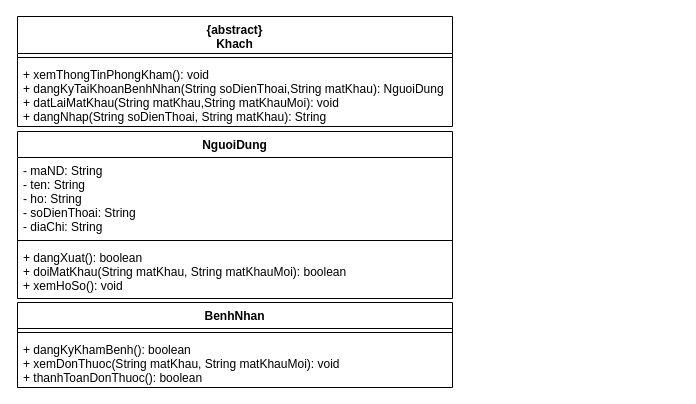
Before: page "Class" (2 of 3) of designs/luc.drawio in luclegen/medicine16, a draw.io diagram. Source tidied: cells renumbered, new cells numbered last; positions are measured from the earlier drawing's top-left corner, leaving out a move shared by most shapes. Both pictures are drawn from the tidied source at 100%, with x=0, y=0 at pixel (17, 16).
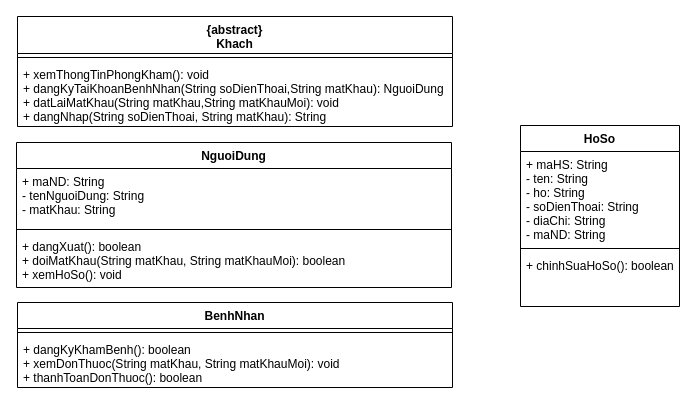
The same diagram, later.

The edit, as a diff of the source:
```diff
@@
 <mxGraphModel>
   <root>
     <mxCell id="0" />
     <mxCell id="1" parent="0" />
     <mxCell id="2" value="{abstract}&#10;Khach" style="swimlane;fontStyle=1;align=center;verticalAlign=top;horizontal=1;startSize=37;" parent="1" vertex="1">
       <mxGeometry width="435" height="110" as="geometry" />
     </mxCell>
     <mxCell id="3" style="line;strokeWidth=1;fillColor=none;align=left;verticalAlign=middle;spacingTop=-1;spacingLeft=3;spacingRight=3;labelPosition=right;" parent="2" vertex="1">
       <mxGeometry y="37" width="435" height="8" as="geometry" />
     </mxCell>
     <mxCell id="4" value="+ xemThongTinPhongKham(): void&#10;+ dangKyTaiKhoanBenhNhan(String soDienThoai,String matKhau): NguoiDung&#10;+ datLaiMatKhau(String matKhau,String matKhauMoi): void&#10;+ dangNhap(String soDienThoai, String matKhau): String" style="text;strokeColor=none;fillColor=none;align=left;verticalAlign=top;spacingLeft=4;spacingRight=4;overflow=hidden;" parent="2" vertex="1">
       <mxGeometry y="45" width="435" height="65" as="geometry" />
     </mxCell>
     <mxCell id="5" value="BenhNhan" style="swimlane;fontStyle=1;align=center;verticalAlign=top;horizontal=1;startSize=26;" parent="1" vertex="1">
       <mxGeometry y="286" width="435" height="85" as="geometry" />
     </mxCell>
     <mxCell id="6" style="line;strokeWidth=1;fillColor=none;align=left;verticalAlign=middle;spacingTop=-1;spacingLeft=3;spacingRight=3;labelPosition=right;" parent="5" vertex="1">
       <mxGeometry y="26" width="435" height="8" as="geometry" />
     </mxCell>
     <mxCell id="7" value="+ dangKyKhamBenh(): boolean&#10;+ xemDonThuoc(String matKhau, String matKhauMoi): void&#10;+ thanhToanDonThuoc(): boolean" style="text;strokeColor=none;fillColor=none;align=left;verticalAlign=top;spacingLeft=4;spacingRight=4;overflow=hidden;" parent="5" vertex="1">
       <mxGeometry y="34" width="435" height="51" as="geometry" />
     </mxCell>
     <mxCell id="8" value="NguoiDung" style="swimlane;fontStyle=1;align=center;verticalAlign=top;horizontal=1;startSize=26;" parent="1" vertex="1">
-      <mxGeometry y="115" width="435" height="167" as="geometry" />
+      <mxGeometry x="-1" y="126" width="435" height="145" as="geometry" />
     </mxCell>
-    <mxCell id="9" value="- maND: String&#10;- ten: String&#10;- ho: String&#10;- soDienThoai: String&#10;- diaChi: String" style="text;strokeColor=none;fillColor=none;align=left;verticalAlign=top;spacingLeft=4;spacingRight=4;overflow=hidden;" parent="8" vertex="1">
-      <mxGeometry y="26" width="435" height="79" as="geometry" />
+    <mxCell id="9" value="+ maND: String&#10;- tenNguoiDung: String&#10;- matKhau: String" style="text;strokeColor=none;fillColor=none;align=left;verticalAlign=top;spacingLeft=4;spacingRight=4;overflow=hidden;" parent="8" vertex="1">
+      <mxGeometry y="26" width="435" height="57" as="geometry" />
     </mxCell>
     <mxCell id="10" style="line;strokeWidth=1;fillColor=none;align=left;verticalAlign=middle;spacingTop=-1;spacingLeft=3;spacingRight=3;labelPosition=right;" parent="8" vertex="1">
-      <mxGeometry y="105" width="435" height="8" as="geometry" />
+      <mxGeometry y="83" width="435" height="8" as="geometry" />
     </mxCell>
     <mxCell id="11" value="+ dangXuat(): boolean&#10;+ doiMatKhau(String matKhau, String matKhauMoi): boolean&#10;+ xemHoSo(): void" style="text;strokeColor=none;fillColor=none;align=left;verticalAlign=top;spacingLeft=4;spacingRight=4;overflow=hidden;" parent="8" vertex="1">
-      <mxGeometry y="113" width="435" height="54" as="geometry" />
+      <mxGeometry y="91" width="435" height="54" as="geometry" />
     </mxCell>
+    <mxCell id="12" value="HoSo" style="swimlane;fontStyle=1;align=center;verticalAlign=top;horizontal=1;startSize=26;" parent="1" vertex="1">
+      <mxGeometry x="503" y="109" width="159" height="181" as="geometry" />
+    </mxCell>
+    <mxCell id="13" value="+ maHS: String&#10;- ten: String&#10;- ho: String&#10;- soDienThoai: String&#10;- diaChi: String&#10;- maND: String" style="text;strokeColor=none;fillColor=none;align=left;verticalAlign=top;spacingLeft=4;spacingRight=4;overflow=hidden;" parent="12" vertex="1">
+      <mxGeometry y="26" width="159" height="93" as="geometry" />
+    </mxCell>
+    <mxCell id="14" style="line;strokeWidth=1;fillColor=none;align=left;verticalAlign=middle;spacingTop=-1;spacingLeft=3;spacingRight=3;labelPosition=right;" parent="12" vertex="1">
+      <mxGeometry y="119" width="159" height="8" as="geometry" />
+    </mxCell>
+    <mxCell id="15" value="+ chinhSuaHoSo(): boolean&#10;" style="text;strokeColor=none;fillColor=none;align=left;verticalAlign=top;spacingLeft=4;spacingRight=4;overflow=hidden;" parent="12" vertex="1">
+      <mxGeometry y="127" width="159" height="54" as="geometry" />
+    </mxCell>
   </root>
 </mxGraphModel>
```
